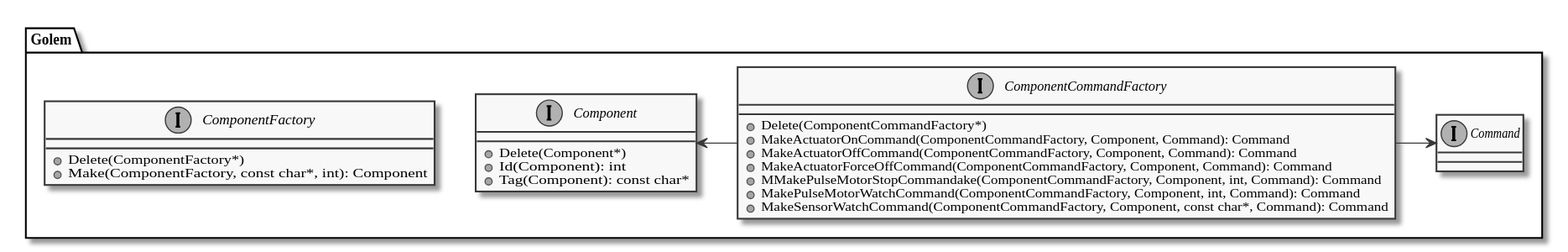
Before: doc/component_class_diagram.svg, a diagram exported from PlantUML (kokabe2/golem).
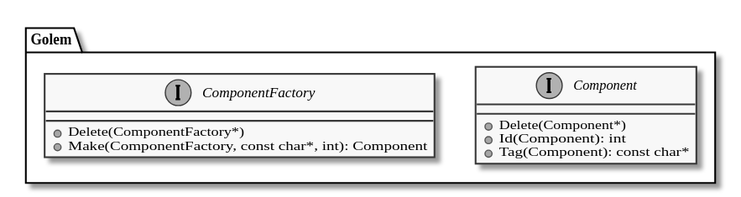
After the change.

Diff of the diagram source:
```diff
@@ -15,20 +15,5 @@
             + Delete(ComponentFactory*)
             + Make(ComponentFactory, const char*, int): Component
         }
-
-        interface ComponentCommandFactory {
-            + Delete(ComponentCommandFactory*)
-            + MakeActuatorOnCommand(ComponentCommandFactory, Component, Command): Command
-            + MakeActuatorOffCommand(ComponentCommandFactory, Component, Command): Command
-            + MakeActuatorForceOffCommand(ComponentCommandFactory, Component, Command): Command
-            + MMakePulseMotorStopCommandake(ComponentCommandFactory, Component, int, Command): Command
-            + MakePulseMotorWatchCommand(ComponentCommandFactory, Component, int, Command): Command
-            + MakeSensorWatchCommand(ComponentCommandFactory, Component, const char*, Command): Command
-        }
-
-        interface Command
-
-        ComponentCommandFactory -> Command
-        ComponentCommandFactory -l-> Component
 }
 @enduml
```
